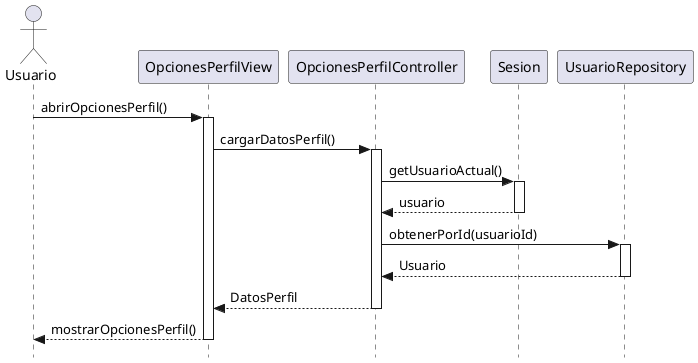
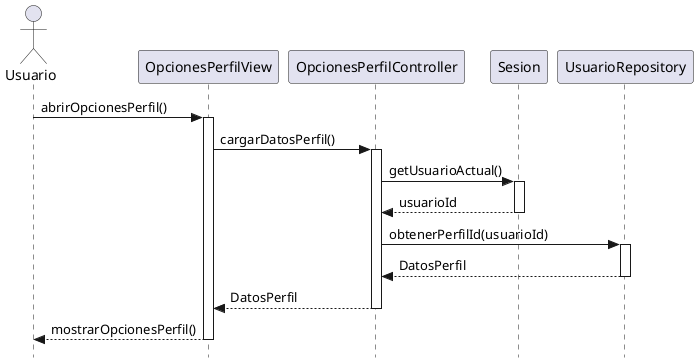
@startuml abrirOpcionesPerfil-diseño
skinparam style strictuml

actor "Usuario" as user
participant "OpcionesPerfilView" as view
participant "OpcionesPerfilController" as controller
participant "Sesion" as sesion
participant "UsuarioRepository" as repo

user -> view : abrirOpcionesPerfil()
activate view
view -> controller : cargarDatosPerfil()
activate controller
controller -> sesion : getUsuarioActual()
activate sesion
- sesion --> controller : usuario
+ sesion --> controller : usuarioId
deactivate sesion
- controller -> repo : obtenerPorId(usuarioId)
+ controller -> repo : obtenerPerfilId(usuarioId)
activate repo
- repo --> controller : Usuario
+ repo --> controller : DatosPerfil
deactivate repo
controller --> view : DatosPerfil
deactivate controller
view --> user : mostrarOpcionesPerfil()
deactivate view
@enduml
